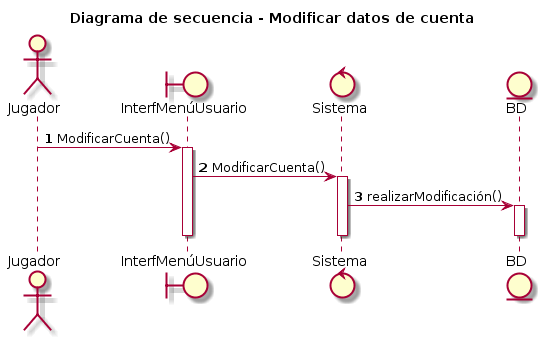
The PlantUML diagram UML/Diagramas de secuencia/Jugador/Modificar datos de cuenta/Modificar datos de cuenta.png in dmontesinos/ES-2019-G43-2-02.v1, before a commit.
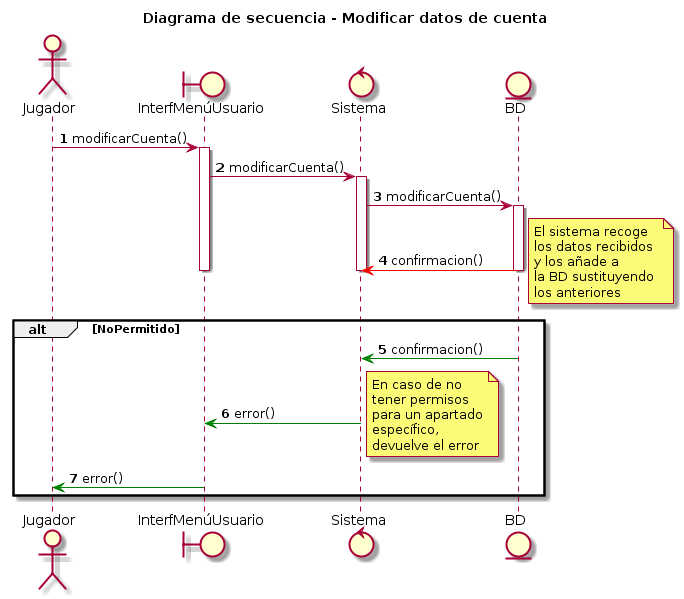
After the commit.

Change to the diagram source:
```diff
@@ -6,13 +6,35 @@
 control Sistema
 entity BD
 
-Jugador -> InterfMenúUsuario : ModificarCuenta()
+Jugador -> InterfMenúUsuario : modificarCuenta()
 activate InterfMenúUsuario
-InterfMenúUsuario -> Sistema : ModificarCuenta()
+InterfMenúUsuario -> Sistema : modificarCuenta()
 activate Sistema
-Sistema -> BD : realizarModificación()
+Sistema -> BD : modificarCuenta()
 activate BD
+BD -[#red]> Sistema : confirmacion()
+note right
+El sistema recoge
+los datos recibidos
+y los añade a
+la BD sustituyendo
+los anteriores
+end note
+
+
 deactivate BD
 deactivate Sistema
 deactivate InterfMenúUsuario
+alt NoPermitido
+BD -[#green]> Sistema : confirmacion()
+Sistema -[#green]> InterfMenúUsuario : error()
+note right
+En caso de no
+tener permisos
+para un apartado
+específico,
+devuelve el error
+end note
+InterfMenúUsuario -[#green]> Jugador : error()
+end
 @enduml
```
